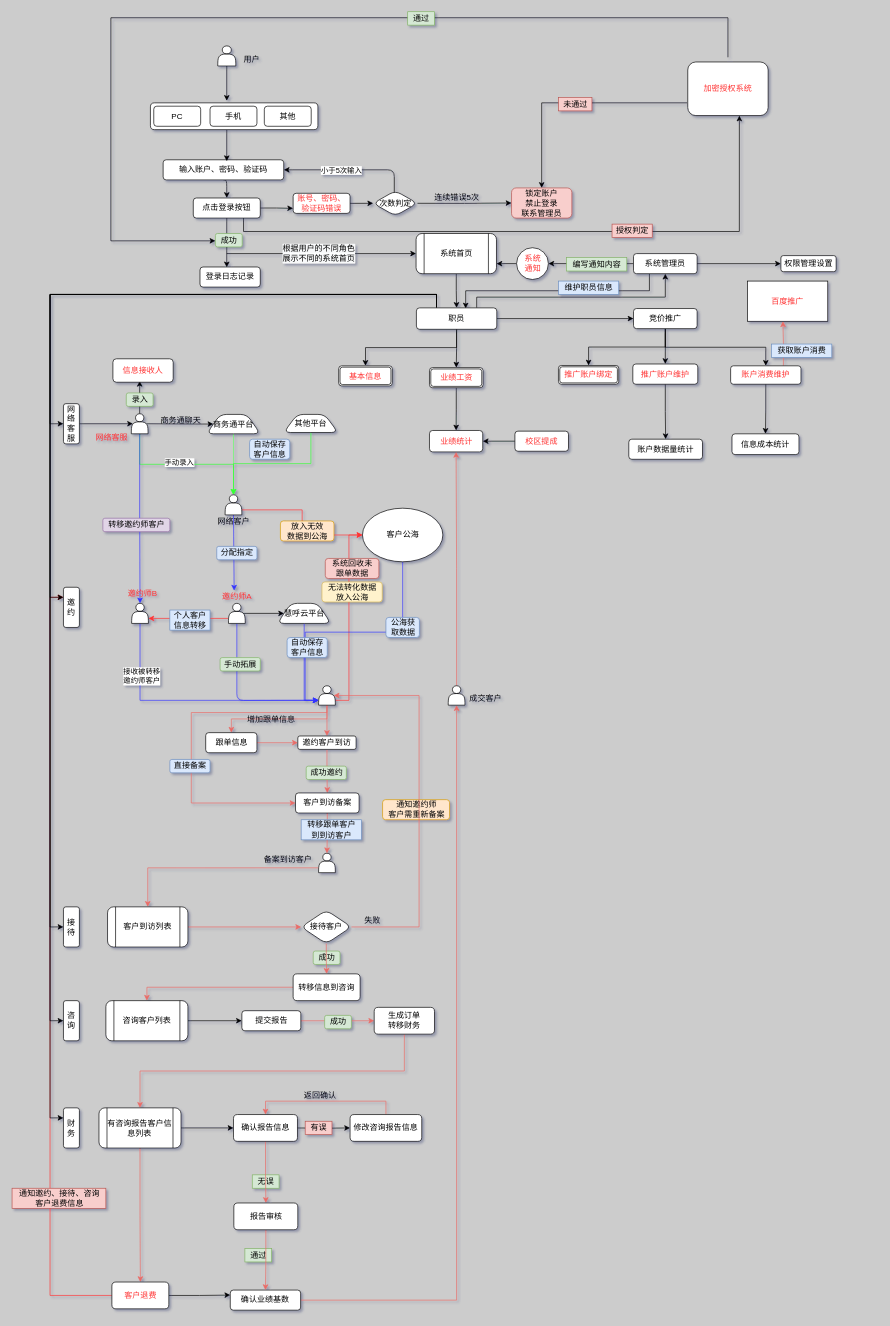
This is Untitled Diagram.drawio from cdcmo/hgedu, a draw.io file, before an edit. Source tidied: cells renumbered, new cells numbered last; positions are measured from the earlier drawing's top-left corner, leaving out a move shared by most shapes. Both pictures are drawn from the tidied source at 67%, with x=0, y=0 at pixel (11, 11).
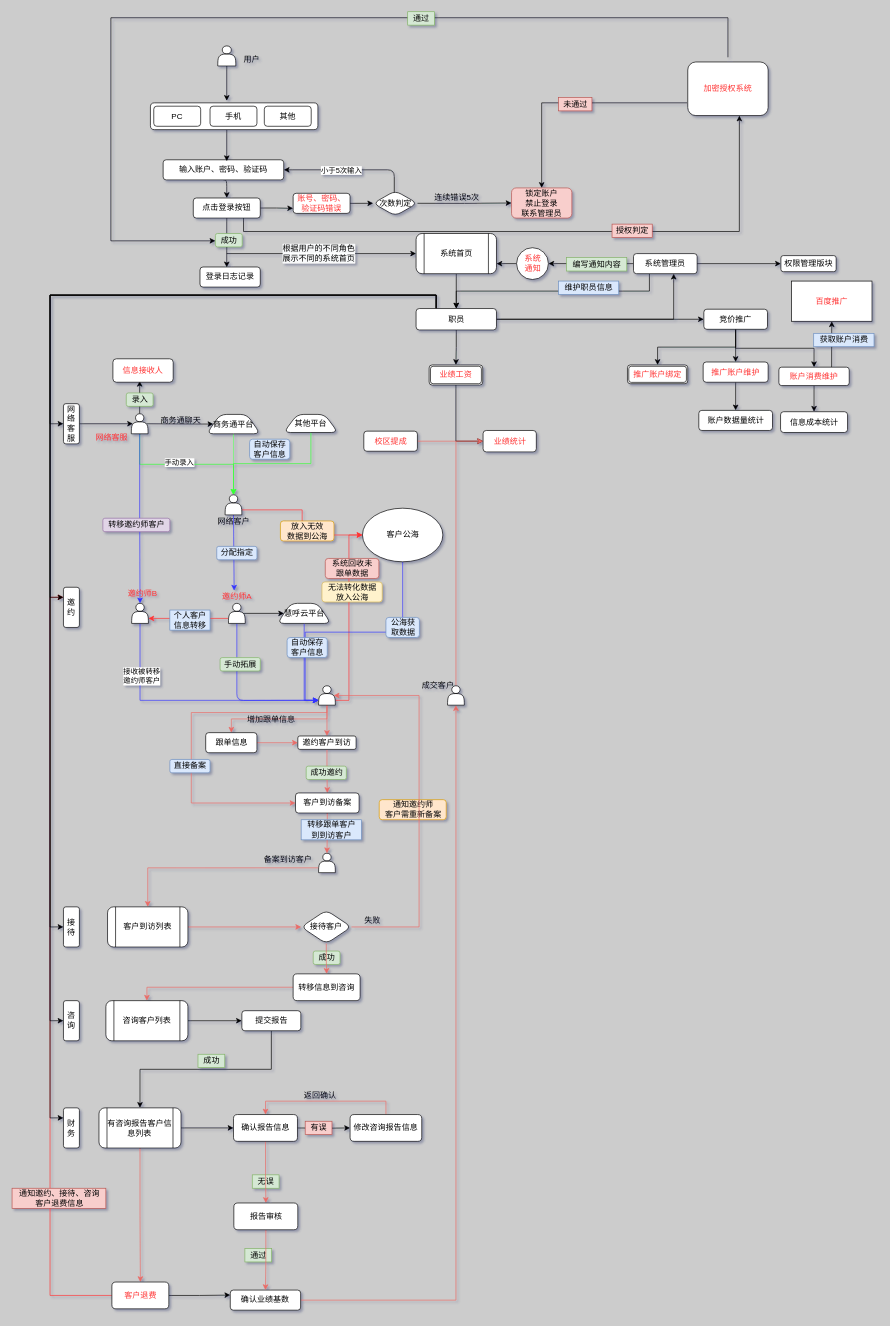
Above is the later version.

The change refers to these unchanged cells:
```xml
<mxCell id="77" value="提交报告" style="rounded=1;whiteSpace=wrap;html=1;" parent="1" vertex="1">
  <mxGeometry x="343.5" y="1491" width="88" height="30" as="geometry" />
</mxCell>
<mxCell id="83" value="有咨询报告客户信息列表" style="shape=process;whiteSpace=wrap;html=1;backgroundOutline=1;fontColor=#000000;rounded=1;" parent="1" vertex="1">
  <mxGeometry x="130.2" y="1636" width="122.5" height="60" as="geometry" />
</mxCell>
<mxCell id="104" value="系统管理员" style="whiteSpace=wrap;html=1;fontColor=#000000;rounded=1;" parent="1" vertex="1">
  <mxGeometry x="928" y="361" width="95" height="30" as="geometry" />
</mxCell>
```

What changed in the source:
```diff
@@
     <mxCell id="65" value="通知邀约师&lt;br&gt;客户需重新备案" style="text;html=1;align=center;verticalAlign=middle;fillColor=#ffe6cc;strokeColor=#d79b00;rounded=1;" parent="1" vertex="1">
-      <mxGeometry x="553.5" y="1176" width="100" height="30" as="geometry" />
+      <mxGeometry x="548.5" y="1176" width="100" height="30" as="geometry" />
     </mxCell>
@@
-    <mxCell id="76" style="edgeStyle=orthogonalEdgeStyle;rounded=0;jettySize=auto;html=1;exitX=1;exitY=0.5;exitDx=0;exitDy=0;entryX=0;entryY=0.5;entryDx=0;entryDy=0;strokeColor=#EA6B66;" parent="1" edge="1" source="77" target="79">
-      <mxGeometry relative="1" as="geometry" />
-    </mxCell>
+    <mxCell id="182" style="edgeStyle=orthogonalEdgeStyle;rounded=0;jettySize=auto;html=1;exitX=0.5;exitY=1;exitDx=0;exitDy=0;entryX=0.5;entryY=0;entryDx=0;entryDy=0;strokeColor=#000000;" parent="1" edge="1" source="77" target="83">
+      <mxGeometry relative="1" as="geometry" />
+    </mxCell>
@@
-    <mxCell id="78" style="edgeStyle=orthogonalEdgeStyle;rounded=0;jettySize=auto;html=1;exitX=0.5;exitY=1;exitDx=0;exitDy=0;entryX=0.5;entryY=0;entryDx=0;entryDy=0;strokeColor=#EA6B66;" parent="1" edge="1" source="79" target="83">
-      <mxGeometry relative="1" as="geometry" />
-    </mxCell>
-    <mxCell id="79" value="生成订单&lt;br&gt;转移财务" style="rounded=1;whiteSpace=wrap;html=1;" parent="1" vertex="1">
-      <mxGeometry x="541" y="1486" width="90" height="40" as="geometry" />
-    </mxCell>
@@
-    <mxCell id="102" style="edgeStyle=orthogonalEdgeStyle;rounded=0;jettySize=auto;html=1;exitX=0.25;exitY=1;exitDx=0;exitDy=0;entryX=0.613;entryY=0.031;entryDx=0;entryDy=0;entryPerimeter=0;" parent="1" edge="1" source="104" target="115">
+    <mxCell id="102" style="edgeStyle=orthogonalEdgeStyle;rounded=0;jettySize=auto;html=1;exitX=0.25;exitY=1;exitDx=0;exitDy=0;entryX=0.5;entryY=0;entryDx=0;entryDy=0;" parent="1" edge="1" source="104" target="115">
       <mxGeometry relative="1" as="geometry" />
     </mxCell>
@@
-    <mxCell id="106" style="edgeStyle=orthogonalEdgeStyle;rounded=0;jettySize=auto;html=1;exitX=0.5;exitY=1;exitDx=0;exitDy=0;entryX=0.5;entryY=0;entryDx=0;entryDy=0;" parent="1" edge="1" source="115" target="132">
-      <mxGeometry relative="1" as="geometry" />
-    </mxCell>
-    <mxCell id="107" style="edgeStyle=orthogonalEdgeStyle;rounded=0;jettySize=auto;html=1;exitX=0.5;exitY=1;exitDx=0;exitDy=0;entryX=0.5;entryY=0;entryDx=0;entryDy=0;" parent="1" edge="1" source="115" target="143">
-      <mxGeometry relative="1" as="geometry" />
-    </mxCell>
-    <mxCell id="108" style="edgeStyle=orthogonalEdgeStyle;rounded=0;jettySize=auto;html=1;exitX=0.75;exitY=0;exitDx=0;exitDy=0;entryX=0.5;entryY=1;entryDx=0;entryDy=0;" parent="1" edge="1" source="115" target="104">
-      <mxGeometry relative="1" as="geometry">
-        <Array as="points">
-          <mxPoint x="694" y="426" />
-          <mxPoint x="976" y="426" />
-        </Array>
-      </mxGeometry>
-    </mxCell>
@@
+    <mxCell id="107" style="edgeStyle=orthogonalEdgeStyle;rounded=0;jettySize=auto;html=1;exitX=0.5;exitY=1;exitDx=0;exitDy=0;entryX=0.5;entryY=0;entryDx=0;entryDy=0;strokeColor=#000000;" parent="1" edge="1" source="115" target="143">
+      <mxGeometry relative="1" as="geometry" />
+    </mxCell>
+    <mxCell id="108" style="edgeStyle=orthogonalEdgeStyle;rounded=0;jettySize=auto;html=1;exitX=1;exitY=0.5;exitDx=0;exitDy=0;entryX=0.632;entryY=1;entryDx=0;entryDy=0;entryPerimeter=0;strokeColor=#000000;" parent="1" edge="1" source="115" target="104">
+      <mxGeometry relative="1" as="geometry" />
+    </mxCell>
     <mxCell id="115" value="&lt;font color=&quot;#000000&quot;&gt;职员&lt;/font&gt;" style="rounded=1;whiteSpace=wrap;html=1;fontColor=#FF3333;" parent="1" vertex="1">
-      <mxGeometry x="604" y="442" width="120" height="32" as="geometry" />
+      <mxGeometry x="603.5" y="443" width="120" height="32" as="geometry" />
     </mxCell>
@@
-    <mxCell id="117" style="edgeStyle=orthogonalEdgeStyle;rounded=0;jettySize=auto;html=1;" parent="1" edge="1" source="143" target="121">
-      <mxGeometry relative="1" as="geometry" />
-    </mxCell>
     <mxCell id="118" value="推广账户绑定" style="shape=ext;double=1;rounded=1;whiteSpace=wrap;html=1;fontColor=#FF3333;" parent="1" vertex="1">
-      <mxGeometry x="816" y="528" width="90" height="28" as="geometry" />
+      <mxGeometry x="919" y="527.2" width="90" height="28" as="geometry" />
     </mxCell>
-    <mxCell id="119" style="edgeStyle=orthogonalEdgeStyle;rounded=0;jettySize=auto;html=1;exitX=0;exitY=0.5;exitDx=0;exitDy=0;entryX=1;entryY=0.5;entryDx=0;entryDy=0;" parent="1" edge="1" source="120" target="121">
+    <mxCell id="119" style="edgeStyle=orthogonalEdgeStyle;rounded=0;jettySize=auto;html=1;exitX=1;exitY=0.5;exitDx=0;exitDy=0;entryX=0;entryY=0.5;entryDx=0;entryDy=0;strokeColor=#EA6B66;" parent="1" edge="1" source="120" target="121">
       <mxGeometry relative="1" as="geometry" />
     </mxCell>
     <mxCell id="120" value="校区提成" style="rounded=1;whiteSpace=wrap;html=1;fontColor=#FF3333;" parent="1" vertex="1">
-      <mxGeometry x="751" y="626" width="80" height="30" as="geometry" />
+      <mxGeometry x="525.5" y="626" width="80" height="30" as="geometry" />
     </mxCell>
     <mxCell id="121" value="业绩统计" style="rounded=1;whiteSpace=wrap;html=1;fontColor=#FF3333;" parent="1" vertex="1">
-      <mxGeometry x="623.5" y="625" width="79.5" height="32" as="geometry" />
+      <mxGeometry x="703.5" y="625" width="79.5" height="32" as="geometry" />
     </mxCell>
@@
     <mxCell id="131" value="竞价推广" style="whiteSpace=wrap;html=1;fontColor=#000000;rounded=1;" parent="1" vertex="1">
-      <mxGeometry x="928" y="443" width="95" height="30" as="geometry" />
+      <mxGeometry x="1033" y="444" width="95" height="30" as="geometry" />
     </mxCell>
-    <mxCell id="132" value="基本信息" style="shape=ext;double=1;rounded=1;whiteSpace=wrap;html=1;fontColor=#FF3333;" parent="1" vertex="1">
-      <mxGeometry x="488" y="528.5" width="80" height="30" as="geometry" />
-    </mxCell>
@@
     <mxCell id="134" value="推广账户维护" style="rounded=1;whiteSpace=wrap;html=1;fontColor=#FF3333;" parent="1" vertex="1">
-      <mxGeometry x="927" y="525.8" width="97" height="30.2" as="geometry" />
+      <mxGeometry x="1032" y="522.8" width="97" height="30.2" as="geometry" />
     </mxCell>
@@
-    <mxCell id="136" style="edgeStyle=orthogonalEdgeStyle;rounded=0;jettySize=auto;html=1;exitX=0.75;exitY=0;exitDx=0;exitDy=0;entryX=0.442;entryY=1;entryDx=0;entryDy=0;entryPerimeter=0;strokeColor=#EA6B66;" parent="1" edge="1" source="137" target="138">
+    <mxCell id="136" style="edgeStyle=orthogonalEdgeStyle;rounded=0;jettySize=auto;html=1;exitX=0.75;exitY=0;exitDx=0;exitDy=0;entryX=0.5;entryY=1;entryDx=0;entryDy=0;strokeColor=#000000;" parent="1" edge="1" source="137" target="138">
       <mxGeometry relative="1" as="geometry" />
     </mxCell>
     <mxCell id="137" value="账户消费维护" style="rounded=1;whiteSpace=wrap;html=1;fontColor=#FF3333;" parent="1" vertex="1">
-      <mxGeometry x="1073" y="528.5" width="105" height="27.5" as="geometry" />
+      <mxGeometry x="1145" y="530.5" width="105" height="27.5" as="geometry" />
     </mxCell>
     <mxCell id="138" value="百度推广" style="rounded=0;whiteSpace=wrap;html=1;fontColor=#FF3333;" parent="1" vertex="1">
-      <mxGeometry x="1098" y="402" width="120" height="60" as="geometry" />
+      <mxGeometry x="1164" y="402" width="120" height="60" as="geometry" />
     </mxCell>
     <mxCell id="139" value="获取账户消费" style="text;html=1;align=center;verticalAlign=middle;fillColor=#dae8fc;strokeColor=#6c8ebf;" parent="1" vertex="1">
-      <mxGeometry x="1134" y="496" width="90" height="20" as="geometry" />
+      <mxGeometry x="1197" y="480" width="90" height="20" as="geometry" />
     </mxCell>
     <mxCell id="140" value="信息成本统计" style="rounded=1;whiteSpace=wrap;html=1;" parent="1" vertex="1">
-      <mxGeometry x="1075" y="630" width="100" height="31" as="geometry" />
+      <mxGeometry x="1147.5" y="597" width="100" height="31" as="geometry" />
     </mxCell>
     <mxCell id="141" value="账户数据量统计" style="rounded=1;whiteSpace=wrap;html=1;" parent="1" vertex="1">
-      <mxGeometry x="921" y="638" width="110" height="30" as="geometry" />
+      <mxGeometry x="1025.5" y="595" width="110" height="30" as="geometry" />
     </mxCell>
@@
+    <mxCell id="117" style="edgeStyle=orthogonalEdgeStyle;rounded=0;jettySize=auto;html=1;exitX=0.5;exitY=1;exitDx=0;exitDy=0;entryX=0;entryY=0.5;entryDx=0;entryDy=0;strokeColor=#000000;" parent="1" edge="1" source="143" target="121">
+      <mxGeometry relative="1" as="geometry" />
+    </mxCell>
     <mxCell id="143" value="业绩工资" style="shape=ext;double=1;rounded=1;whiteSpace=wrap;html=1;fontColor=#FF3333;" parent="1" vertex="1">
-      <mxGeometry x="623.5" y="531.2" width="80" height="30" as="geometry" />
+      <mxGeometry x="623" y="527.2" width="80" height="30" as="geometry" />
     </mxCell>
-    <mxCell id="144" value="权限管理设置" style="rounded=1;whiteSpace=wrap;html=1;" parent="1" vertex="1">
+    <mxCell id="144" value="权限管理版块" style="rounded=1;whiteSpace=wrap;html=1;" parent="1" vertex="1">
       <mxGeometry x="1148" y="364" width="82.5" height="24" as="geometry" />
     </mxCell>
@@
-    <mxCell id="157" style="edgeStyle=orthogonalEdgeStyle;rounded=0;jettySize=auto;html=1;exitX=0.5;exitY=0;exitDx=0;exitDy=0;strokeColor=#EA6B66;entryX=0.5;entryY=1;entryDx=0;entryDy=0;" parent="1" edge="1" source="158" target="121">
+    <mxCell id="157" style="edgeStyle=orthogonalEdgeStyle;rounded=0;jettySize=auto;html=1;exitX=0.5;exitY=0;exitDx=0;exitDy=0;strokeColor=#EA6B66;entryX=0;entryY=0.5;entryDx=0;entryDy=0;" parent="1" edge="1" source="158" target="121">
       <mxGeometry relative="1" as="geometry" />
     </mxCell>
     <mxCell id="158" style="shape=actor;whiteSpace=wrap;html=1;fontColor=#FF3333;rounded=1;" parent="1" vertex="1">
-      <mxGeometry x="651.5" y="1006" width="25" height="29" as="geometry" />
+      <mxGeometry x="650.5" y="1006" width="25" height="29" as="geometry" />
     </mxCell>
@@
     <mxCell id="160" value="成交客户" style="text;html=1;align=center;verticalAlign=middle;fontColor=#000000;rounded=1;" parent="1" vertex="1">
-      <mxGeometry x="676.5" y="1015" width="60" height="20" as="geometry" />
+      <mxGeometry x="605.5" y="996" width="60" height="20" as="geometry" />
     </mxCell>
@@
-    <mxCell id="176" value="成功" style="text;html=1;align=center;verticalAlign=middle;rounded=1;fillColor=#d5e8d4;strokeColor=#82b366;" parent="1" vertex="1">
-      <mxGeometry x="467" y="1498" width="40" height="20" as="geometry" />
-    </mxCell>
@@
+    <mxCell id="176" value="成功" style="text;html=1;align=center;verticalAlign=middle;fillColor=#d5e8d4;strokeColor=#82b366;" parent="1" vertex="1">
+      <mxGeometry x="278" y="1556" width="40" height="20" as="geometry" />
+    </mxCell>
```
